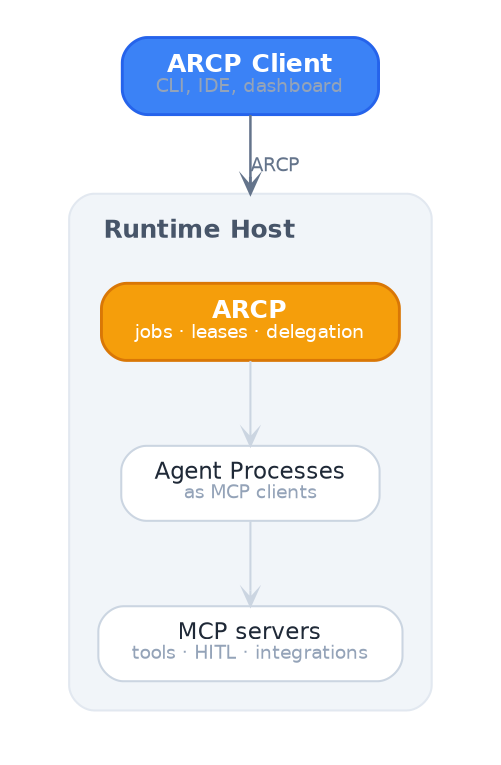
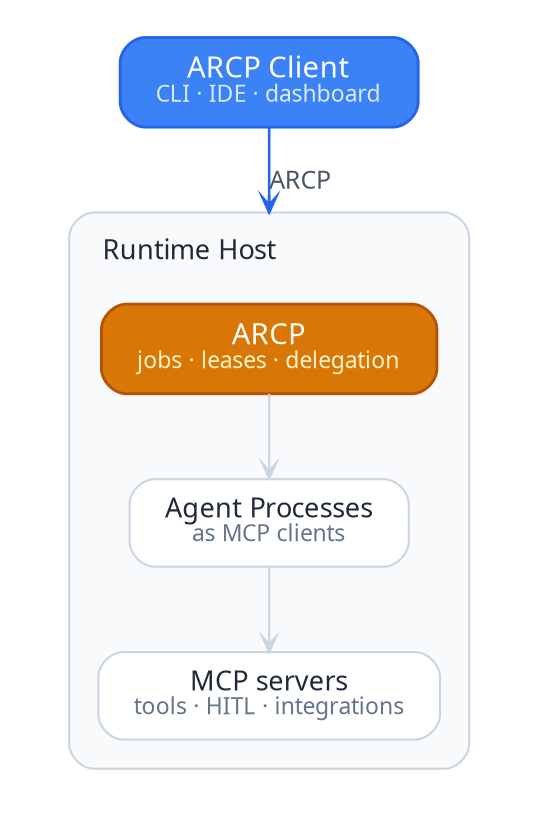
// ARCP system architecture (light)
- // Runtime Host hosts ARCP + Agent Processes (acting as MCP clients) + MCP servers.
- // ARCP Client (CLI/IDE/dashboard) connects to the Runtime Host via ARCP.
+ // Style harmonized with the PlantUML sequence diagrams: TT Commons Pro
+ // Trial for all text, shared slate/blue palette.
digraph SystemArchitecture {
-   rankdir=TB; bgcolor="transparent"; compound=true; fontname="Helvetica";
-   splines=ortho; nodesep=0.32; ranksep=0.55; pad="0.35,0.25";
+   rankdir=TB; bgcolor="transparent"; compound=true;
+   fontname="TT Commons Pro Trial";
+   splines=spline; nodesep=0.32; ranksep=0.55; pad="0.35,0.25";

  node [shape=box, style="rounded,filled", fillcolor="white", color="#CBD5E1",
-         fontname="Helvetica", fontsize=11, fontcolor="#1F2937",
-         margin="0.22,0.11", penwidth=1.0];
-   edge [fontname="Helvetica", fontsize=9, fontcolor="#64748B", color="#94A3B8",
-         penwidth=1.1, arrowsize=0.75, arrowhead=vee];
+         fontname="TT Commons Pro Trial", fontsize=13, fontcolor="#1F2937",
+         margin="0.24,0.13", penwidth=1.0];
+   edge [fontname="TT Commons Pro Trial", fontsize=12, fontcolor="#475569",
+         color="#94A3B8", penwidth=1.1, arrowsize=0.75, arrowhead=vee];

  Client [
-     label=<<FONT POINT-SIZE="12"><B>ARCP Client</B></FONT><BR/><FONT POINT-SIZE="9" COLOR="#94A3B8">CLI, IDE, dashboard</FONT>>,
+     label=<<FONT POINT-SIZE="14">ARCP Client</FONT><BR/><FONT POINT-SIZE="11" COLOR="#DBEAFE">CLI · IDE · dashboard</FONT>>,
    fillcolor="#3B82F6", color="#2563EB", fontcolor="white", penwidth=1.4
  ];

  subgraph cluster_host {
-     label=<<TABLE BORDER="0" CELLBORDER="0" CELLPADDING="0" CELLSPACING="0"><TR><TD COLSPAN="3" HEIGHT="8"></TD></TR><TR><TD WIDTH="8"></TD><TD><FONT POINT-SIZE="12"><B>Runtime Host</B></FONT></TD><TD WIDTH="8"></TD></TR></TABLE>>;
+     label=<<TABLE BORDER="0" CELLBORDER="0" CELLPADDING="0" CELLSPACING="0"><TR><TD COLSPAN="3" HEIGHT="8"></TD></TR><TR><TD WIDTH="8"></TD><TD><FONT POINT-SIZE="13">Runtime Host</FONT></TD><TD WIDTH="8"></TD></TR></TABLE>>;
    style="rounded,filled";
-     fillcolor="#F1F5F9"; color="#E2E8F0";
-     fontname="Helvetica"; fontcolor="#475569";
+     fillcolor="#F8FAFC"; color="#CBD5E1";
+     fontname="TT Commons Pro Trial"; fontcolor="#1F2937";
    margin=14; labeljust=l; penwidth=1.0;

    Arcp [
-       label=<<FONT POINT-SIZE="12"><B>ARCP</B></FONT><BR/><FONT POINT-SIZE="9" COLOR="white">jobs · leases · delegation</FONT>>,
-       fillcolor="#F59E0B", color="#D97706", fontcolor="white", penwidth=1.4
+       label=<<FONT POINT-SIZE="14">ARCP</FONT><BR/><FONT POINT-SIZE="11" COLOR="#FEF3C7">jobs · leases · delegation</FONT>>,
+       fillcolor="#D97706", color="#B45309", fontcolor="white", penwidth=1.4
    ];

-     Agents [label=<<FONT POINT-SIZE="11">Agent Processes</FONT><BR/><FONT POINT-SIZE="9" COLOR="#94A3B8">as MCP clients</FONT>>];
+     Agents [label=<<FONT POINT-SIZE="13">Agent Processes</FONT><BR/><FONT POINT-SIZE="11" COLOR="#64748B">as MCP clients</FONT>>];

-     Mcp [label=<<FONT POINT-SIZE="11">MCP servers</FONT><BR/><FONT POINT-SIZE="9" COLOR="#94A3B8">tools · HITL · integrations</FONT>>];
+     Mcp [label=<<FONT POINT-SIZE="13">MCP servers</FONT><BR/><FONT POINT-SIZE="11" COLOR="#64748B">tools · HITL · integrations</FONT>>];
  }

-   edge [color="#64748B", penwidth=1.2];
+   edge [color="#2563EB", penwidth=1.2, fontcolor="#475569"];
  Client -> Arcp [label="ARCP", lhead=cluster_host];

  edge [color="#CBD5E1", penwidth=1.0];
  Arcp   -> Agents;
  Agents -> Mcp;
}
